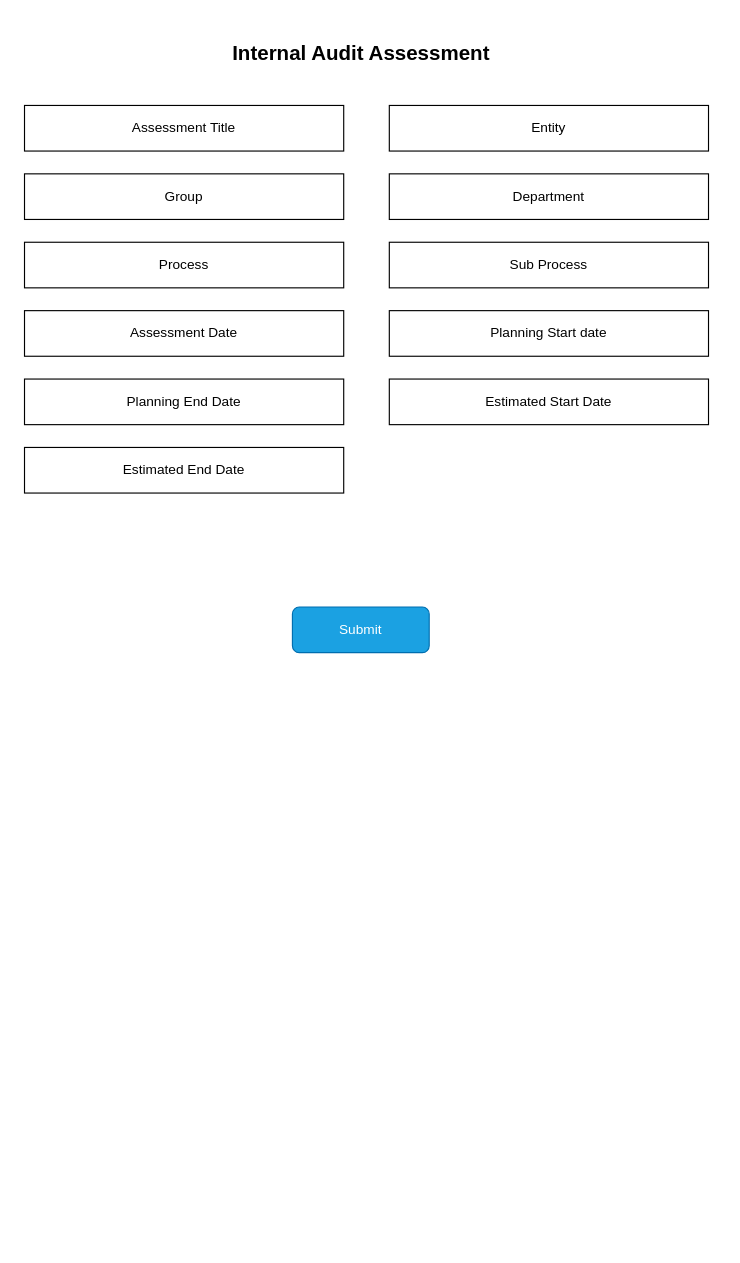
The draw.io diagram page "Assessment" (1 of 4) of internal_audit.drawio in AvikM1996/draw.io, before the edit. Source tidied: cells renumbered, new cells numbered last; positions are measured from the earlier drawing's top-left corner, leaving out a move shared by most shapes. Both pictures are drawn from the tidied source at 114%, with x=0, y=0 at pixel (24, 31). Pictures stored in the file or linked from it are replaced by grey dashed boxes.
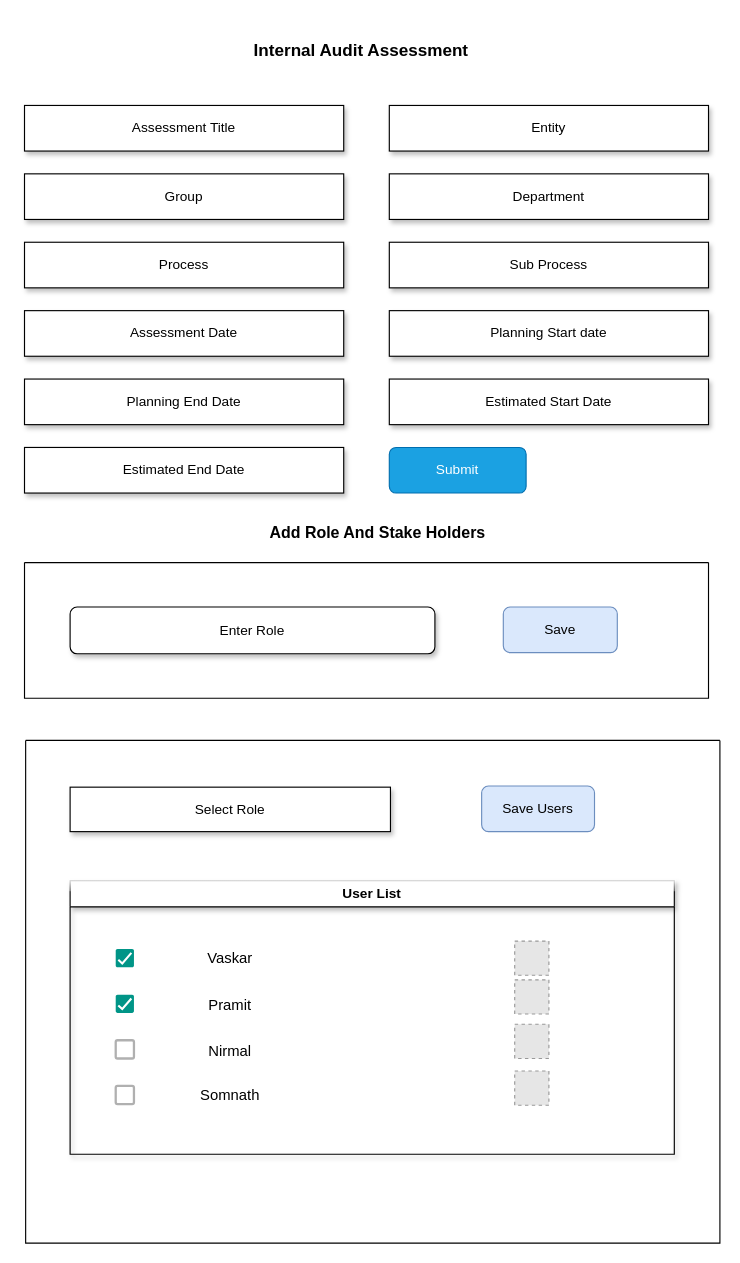
Above is the later version.

Diff of the diagram source:
```diff
@@
-    <mxCell id="2" value="&lt;font style=&quot;font-size: 18px;&quot;&gt;&lt;b&gt;Internal Audit Assessment&lt;/b&gt;&lt;/font&gt;" style="text;html=1;align=center;verticalAlign=middle;strokeColor=none;fillColor=none;" parent="1" vertex="1">
-      <mxGeometry x="170" width="250" height="40" as="geometry" />
+    <mxCell id="2" value="&lt;p style=&quot;line-height: 120%;&quot;&gt;&lt;sup&gt;&lt;font style=&quot;font-size: 15px;&quot;&gt;&lt;b&gt;Internal Audit Assessment&lt;/b&gt;&lt;/font&gt;&lt;/sup&gt;&lt;/p&gt;" style="text;html=1;align=center;verticalAlign=middle;strokeColor=none;fillColor=none;" parent="1" vertex="1">
+      <mxGeometry x="190" y="-10" width="210" height="60" as="geometry" />
     </mxCell>
-    <mxCell id="3" value="Assessment Title" style="rounded=0;whiteSpace=wrap;html=1;" parent="1" vertex="1">
+    <mxCell id="3" value="Assessment Title" style="rounded=0;whiteSpace=wrap;html=1;shadow=1;" parent="1" vertex="1">
       <mxGeometry y="65" width="280" height="40" as="geometry" />
     </mxCell>
-    <mxCell id="4" value="Entity" style="rounded=0;whiteSpace=wrap;html=1;" parent="1" vertex="1">
+    <mxCell id="4" value="Entity" style="rounded=0;whiteSpace=wrap;html=1;shadow=1;" parent="1" vertex="1">
       <mxGeometry x="320" y="65" width="280" height="40" as="geometry" />
     </mxCell>
-    <mxCell id="5" value="Group" style="rounded=0;whiteSpace=wrap;html=1;" parent="1" vertex="1">
+    <mxCell id="5" value="Group" style="rounded=0;whiteSpace=wrap;html=1;shadow=1;" parent="1" vertex="1">
       <mxGeometry y="125" width="280" height="40" as="geometry" />
     </mxCell>
-    <mxCell id="6" value="Department" style="rounded=0;whiteSpace=wrap;html=1;" parent="1" vertex="1">
+    <mxCell id="6" value="Department" style="rounded=0;whiteSpace=wrap;html=1;shadow=1;" parent="1" vertex="1">
       <mxGeometry x="320" y="125" width="280" height="40" as="geometry" />
     </mxCell>
-    <mxCell id="7" value="Assessment Date" style="rounded=0;whiteSpace=wrap;html=1;" parent="1" vertex="1">
+    <mxCell id="7" value="Assessment Date" style="rounded=0;whiteSpace=wrap;html=1;shadow=1;" parent="1" vertex="1">
       <mxGeometry y="245" width="280" height="40" as="geometry" />
     </mxCell>
-    <mxCell id="8" value="Sub Process" style="rounded=0;whiteSpace=wrap;html=1;" parent="1" vertex="1">
+    <mxCell id="8" value="Sub Process" style="rounded=0;whiteSpace=wrap;html=1;shadow=1;" parent="1" vertex="1">
       <mxGeometry x="320" y="185" width="280" height="40" as="geometry" />
     </mxCell>
-    <mxCell id="9" value="Process" style="rounded=0;whiteSpace=wrap;html=1;" parent="1" vertex="1">
+    <mxCell id="9" value="Process" style="rounded=0;whiteSpace=wrap;html=1;shadow=1;" parent="1" vertex="1">
       <mxGeometry y="185" width="280" height="40" as="geometry" />
     </mxCell>
     <mxCell id="10" value="Submit" style="rounded=1;whiteSpace=wrap;html=1;fillColor=#1ba1e2;strokeColor=#006EAF;fontColor=#ffffff;" parent="1" vertex="1">
-      <mxGeometry x="235" y="505" width="120" height="40" as="geometry" />
+      <mxGeometry x="320" y="365" width="120" height="40" as="geometry" />
     </mxCell>
-    <mxCell id="11" value="Planning Start date" style="rounded=0;whiteSpace=wrap;html=1;" parent="1" vertex="1">
+    <mxCell id="11" value="Planning Start date" style="rounded=0;whiteSpace=wrap;html=1;shadow=1;" parent="1" vertex="1">
       <mxGeometry x="320" y="245" width="280" height="40" as="geometry" />
     </mxCell>
-    <mxCell id="12" value="Planning End Date" style="rounded=0;whiteSpace=wrap;html=1;" parent="1" vertex="1">
+    <mxCell id="12" value="Planning End Date" style="rounded=0;whiteSpace=wrap;html=1;shadow=1;" parent="1" vertex="1">
       <mxGeometry y="305" width="280" height="40" as="geometry" />
     </mxCell>
-    <mxCell id="13" value="Estimated Start Date" style="rounded=0;whiteSpace=wrap;html=1;" parent="1" vertex="1">
+    <mxCell id="13" value="Estimated Start Date" style="rounded=0;whiteSpace=wrap;html=1;shadow=1;" parent="1" vertex="1">
       <mxGeometry x="320" y="305" width="280" height="40" as="geometry" />
     </mxCell>
-    <mxCell id="14" value="Estimated End Date" style="rounded=0;whiteSpace=wrap;html=1;" parent="1" vertex="1">
+    <mxCell id="14" value="Estimated End Date" style="rounded=0;whiteSpace=wrap;html=1;shadow=1;" parent="1" vertex="1">
       <mxGeometry y="365" width="280" height="40" as="geometry" />
     </mxCell>
+    <mxCell id="15" style="swimlane;startSize=0;" parent="1" vertex="1">
+      <mxGeometry y="466" width="600" height="119" as="geometry" />
+    </mxCell>
+    <mxCell id="16" value="Enter Role" style="rounded=1;whiteSpace=wrap;html=1;shadow=1;" parent="15" vertex="1">
+      <mxGeometry x="40" y="39" width="320" height="41" as="geometry" />
+    </mxCell>
+    <mxCell id="17" value="Save" style="rounded=1;whiteSpace=wrap;html=1;fillColor=#dae8fc;strokeColor=#6c8ebf;" parent="15" vertex="1">
+      <mxGeometry x="420" y="39" width="100" height="40" as="geometry" />
+    </mxCell>
+    <mxCell id="18" value="&lt;font style=&quot;font-size: 14px;&quot;&gt;&lt;b&gt;Add Role And Stake Holders&lt;/b&gt;&lt;/font&gt;" style="text;html=1;align=center;verticalAlign=middle;whiteSpace=wrap;rounded=0;" parent="1" vertex="1">
+      <mxGeometry x="210" y="425" width="200" height="30" as="geometry" />
+    </mxCell>
+    <mxCell id="19" style="swimlane;startSize=0;" parent="1" vertex="1">
+      <mxGeometry x="1" y="622" width="609" height="441" as="geometry" />
+    </mxCell>
+    <mxCell id="20" value="Select Role" style="rounded=0;whiteSpace=wrap;html=1;shadow=1;" parent="19" vertex="1">
+      <mxGeometry x="39" y="41" width="281" height="39" as="geometry" />
+    </mxCell>
+    <mxCell id="21" value="Save Users" style="rounded=1;whiteSpace=wrap;html=1;fillColor=#dae8fc;strokeColor=#6c8ebf;" parent="19" vertex="1">
+      <mxGeometry x="400" y="40" width="99" height="40" as="geometry" />
+    </mxCell>
+    <mxCell id="22" value="User List" style="swimlane;whiteSpace=wrap;html=1;glass=1;shadow=1;" parent="1" vertex="1">
+      <mxGeometry x="40" y="745" width="530" height="240" as="geometry" />
+    </mxCell>
+    <mxCell id="23" style="dashed=0;labelPosition=right;align=left;shape=mxgraph.gmdl.checkbox;strokeColor=none;fillColor=#009587;strokeWidth=2;sketch=0;html=1;" parent="22" vertex="1">
+      <mxGeometry x="40" y="60" width="16" height="16" as="geometry" />
+    </mxCell>
+    <mxCell id="24" style="dashed=0;labelPosition=right;align=left;shape=mxgraph.gmdl.checkbox;strokeColor=none;fillColor=#009587;strokeWidth=2;sketch=0;html=1;" parent="22" vertex="1">
+      <mxGeometry x="40" y="100" width="16" height="16" as="geometry" />
+    </mxCell>
+    <mxCell id="25" style="dashed=0;labelPosition=right;align=left;shape=mxgraph.gmdl.checkbox;strokeColor=#B0B0B0;fillColor=none;strokeWidth=2;sketch=0;html=1;" parent="22" vertex="1">
+      <mxGeometry x="40" y="140" width="16" height="16" as="geometry" />
+    </mxCell>
+    <mxCell id="26" style="dashed=0;labelPosition=right;align=left;shape=mxgraph.gmdl.checkbox;strokeColor=#B0B0B0;fillColor=none;strokeWidth=2;sketch=0;html=1;" parent="22" vertex="1">
+      <mxGeometry x="40" y="180" width="16" height="16" as="geometry" />
+    </mxCell>
+    <mxCell id="27" value="&lt;font style=&quot;font-size: 13px;&quot;&gt;Vaskar&lt;/font&gt;" style="text;html=1;align=center;verticalAlign=middle;strokeColor=none;fillColor=none;" parent="22" vertex="1">
+      <mxGeometry x="110" y="53" width="60" height="30" as="geometry" />
+    </mxCell>
+    <mxCell id="28" value="&lt;font style=&quot;font-size: 13px;&quot;&gt;Pramit&lt;/font&gt;" style="text;html=1;align=center;verticalAlign=middle;strokeColor=none;fillColor=none;" parent="22" vertex="1">
+      <mxGeometry x="110" y="94" width="60" height="30" as="geometry" />
+    </mxCell>
+    <mxCell id="29" value="&lt;font style=&quot;font-size: 13px;&quot;&gt;Nirmal&lt;/font&gt;" style="text;html=1;align=center;verticalAlign=middle;strokeColor=none;fillColor=none;" parent="22" vertex="1">
+      <mxGeometry x="110" y="134" width="60" height="30" as="geometry" />
+    </mxCell>
+    <mxCell id="30" value="&lt;font style=&quot;font-size: 13px;&quot;&gt;Somnath&lt;/font&gt;" style="text;html=1;align=center;verticalAlign=middle;strokeColor=none;fillColor=none;" parent="22" vertex="1">
+      <mxGeometry x="100" y="173" width="80" height="30" as="geometry" />
+    </mxCell>
+    <mxCell id="31" style="fillColor=#E6E6E6;strokeColor=#999999;dashed=1;html=1;verticalAlign=top;verticalLabelPosition=bottom;labelBackgroundColor=#ffffff;" parent="22" vertex="1">
+      <mxGeometry x="390" y="53" width="30" height="30" as="geometry" />
+    </mxCell>
+    <mxCell id="32" style="fillColor=#E6E6E6;strokeColor=#999999;dashed=1;html=1;verticalAlign=top;verticalLabelPosition=bottom;labelBackgroundColor=#ffffff;" parent="22" vertex="1">
+      <mxGeometry x="390" y="167" width="30" height="30" as="geometry" />
+    </mxCell>
+    <mxCell id="33" style="fillColor=#E6E6E6;strokeColor=#999999;dashed=1;html=1;verticalAlign=top;verticalLabelPosition=bottom;labelBackgroundColor=#ffffff;" parent="22" vertex="1">
+      <mxGeometry x="390" y="126" width="30" height="30" as="geometry" />
+    </mxCell>
+    <mxCell id="34" style="fillColor=#E6E6E6;strokeColor=#999999;dashed=1;html=1;verticalAlign=top;verticalLabelPosition=bottom;labelBackgroundColor=#ffffff;" parent="22" vertex="1">
+      <mxGeometry x="390" y="87" width="30" height="30" as="geometry" />
+    </mxCell>
```
